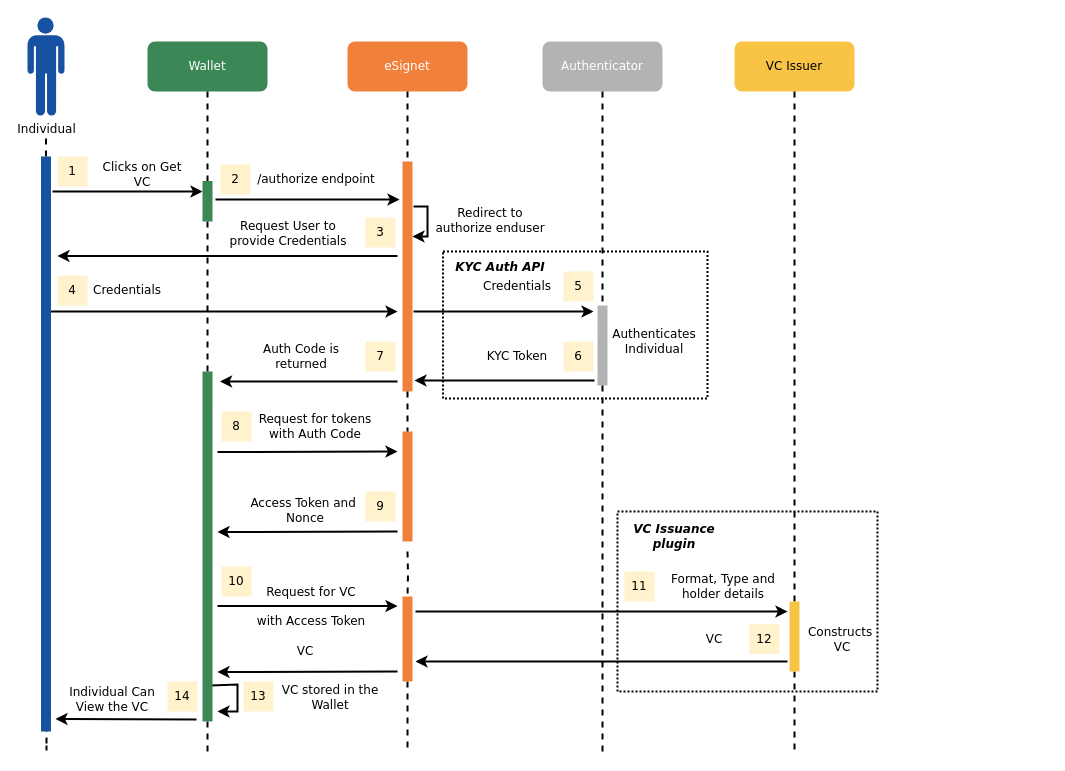
The draw.io diagram page "vc-issuer" (5 of 6) of docs/_files/activity-diagrams.drawio in mosip/documentation, before the edit. Source tidied: cells renumbered, new cells numbered last; positions are measured from the earlier drawing's top-left corner, leaving out a move shared by most shapes. Both pictures are drawn from the tidied source at 100%, with x=0, y=0 at pixel (27, 17).
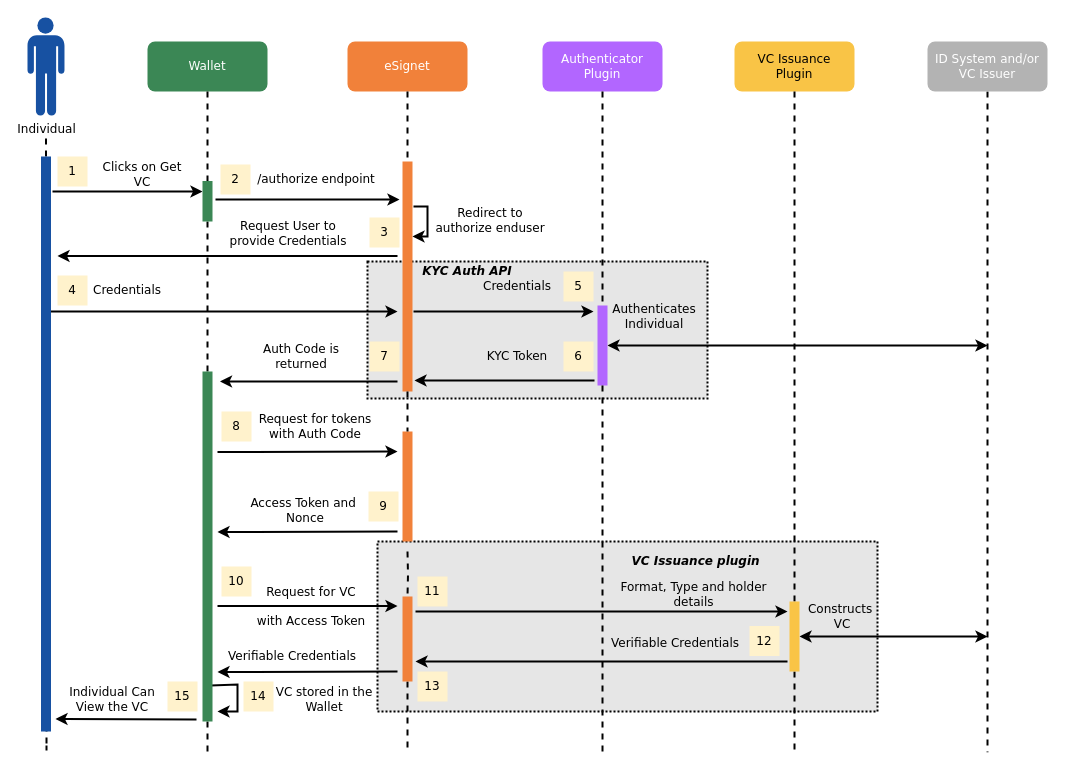
The same page after the edit.

Unchanged cells that the change refers to:
```xml
<mxCell id="48" style="rounded=0;whiteSpace=wrap;html=1;fontFamily=Verdana;fontColor=#FFFFFF;fillColor=#f9c446;strokeColor=none;" parent="1" vertex="1">
  <mxGeometry x="762" y="584" width="10" height="70" as="geometry" />
</mxCell>
```

The edit, as a diff of the source:
```diff
@@
+    <mxCell id="3" style="rounded=0;whiteSpace=wrap;html=1;fontFamily=Verdana;fontColor=#000000;fillColor=#E6E6E6;dashed=1;strokeWidth=2;dashPattern=1 1;" parent="1" vertex="1">
+      <mxGeometry x="340" y="244" width="340" height="137" as="geometry" />
+    </mxCell>
-    <mxCell id="2" style="rounded=0;whiteSpace=wrap;html=1;fontFamily=Verdana;fontColor=#000000;fillColor=none;dashed=1;strokeWidth=2;dashPattern=1 1;" parent="1" vertex="1">
-      <mxGeometry x="590" y="494" width="260" height="180" as="geometry" />
+    <mxCell id="2" style="rounded=0;whiteSpace=wrap;html=1;fontFamily=Verdana;fontColor=#000000;fillColor=#E6E6E6;dashed=1;strokeWidth=2;dashPattern=1 1;" parent="1" vertex="1">
+      <mxGeometry x="350" y="524" width="500" height="170" as="geometry" />
     </mxCell>
-    <mxCell id="3" style="rounded=0;whiteSpace=wrap;html=1;fontFamily=Verdana;fontColor=#000000;fillColor=none;dashed=1;strokeWidth=2;dashPattern=1 1;" parent="1" vertex="1">
-      <mxGeometry x="415.5" y="234" width="264.5" height="147" as="geometry" />
-    </mxCell>
@@
-    <mxCell id="5" value="&lt;font color=&quot;#ffffff&quot;&gt;Authenticator&lt;br&gt;&lt;/font&gt;" style="rounded=1;whiteSpace=wrap;html=1;fillColor=#B3B3B3;strokeColor=none;fontFamily=Verdana;gradientColor=none;" parent="1" vertex="1">
+    <mxCell id="5" value="&lt;font color=&quot;#ffffff&quot;&gt;Authenticator Plugin&lt;br&gt;&lt;/font&gt;" style="rounded=1;whiteSpace=wrap;html=1;fillColor=#B266FF;strokeColor=none;fontFamily=Verdana;gradientColor=none;" parent="1" vertex="1">
       <mxGeometry x="515" y="24" width="120" height="50" as="geometry" />
     </mxCell>
@@
+    <mxCell id="81" style="edgeStyle=orthogonalEdgeStyle;rounded=0;jettySize=auto;html=1;exitX=1;exitY=0.5;exitDx=0;exitDy=0;startArrow=classic;startFill=1;strokeWidth=2;" parent="1" edge="1" source="11">
+      <mxGeometry relative="1" as="geometry">
+        <mxPoint x="960" y="328" as="targetPoint" />
+      </mxGeometry>
+    </mxCell>
-    <mxCell id="11" style="rounded=0;whiteSpace=wrap;html=1;fontFamily=Verdana;fontColor=#FFFFFF;fillColor=#B3B3B3;strokeColor=none;" parent="1" vertex="1">
+    <mxCell id="11" style="rounded=0;whiteSpace=wrap;html=1;fontFamily=Verdana;fontColor=#FFFFFF;fillColor=#B266FF;strokeColor=none;" parent="1" vertex="1">
       <mxGeometry x="570" y="288" width="10" height="80" as="geometry" />
     </mxCell>
@@
     <mxCell id="19" value="&lt;font color=&quot;#000000&quot;&gt;Authenticates Individual&lt;/font&gt;" style="text;html=1;strokeColor=none;fillColor=none;align=center;verticalAlign=middle;whiteSpace=wrap;rounded=0;fontFamily=Verdana;fontColor=#FFFFFF;" parent="1" vertex="1">
-      <mxGeometry x="597" y="309" width="60" height="30" as="geometry" />
+      <mxGeometry x="597" y="284" width="60" height="30" as="geometry" />
     </mxCell>
     <mxCell id="20" value="&lt;i&gt;&lt;b&gt;KYC Auth API&lt;/b&gt;&lt;/i&gt;" style="text;html=1;strokeColor=none;fillColor=none;align=center;verticalAlign=middle;whiteSpace=wrap;rounded=0;dashed=1;strokeWidth=2;fontFamily=Verdana;fontColor=#000000;" parent="1" vertex="1">
-      <mxGeometry x="422.5" y="235" width="100" height="30" as="geometry" />
+      <mxGeometry x="390" y="239" width="100" height="30" as="geometry" />
     </mxCell>
@@
     <mxCell id="27" value="7" style="text;html=1;strokeColor=none;fillColor=#fff2cc;align=center;verticalAlign=middle;whiteSpace=wrap;rounded=0;dashed=1;strokeWidth=2;fontFamily=Verdana;" parent="1" vertex="1">
-      <mxGeometry x="338" y="324" width="30" height="30" as="geometry" />
+      <mxGeometry x="342" y="324" width="30" height="30" as="geometry" />
     </mxCell>
@@
-    <mxCell id="45" value="VC Issuer" style="rounded=1;whiteSpace=wrap;html=1;fillColor=#f9c446;strokeColor=none;fontFamily=Verdana;gradientColor=none;" parent="1" vertex="1">
+    <mxCell id="45" value="VC Issuance &lt;br&gt;Plugin" style="rounded=1;whiteSpace=wrap;html=1;fillColor=#f9c446;strokeColor=none;fontFamily=Verdana;gradientColor=none;" parent="1" vertex="1">
       <mxGeometry x="707" y="24" width="120" height="50" as="geometry" />
     </mxCell>
@@
+    <mxCell id="82" style="edgeStyle=orthogonalEdgeStyle;rounded=0;jettySize=auto;html=1;exitX=1;exitY=0.5;exitDx=0;exitDy=0;startArrow=classic;startFill=1;strokeWidth=2;" parent="1" edge="1" source="48">
+      <mxGeometry relative="1" as="geometry">
+        <mxPoint x="960" y="619" as="targetPoint" />
+      </mxGeometry>
+    </mxCell>
@@
     <mxCell id="54" value="&lt;i&gt;&lt;b&gt;VC Issuance plugin&lt;/b&gt;&lt;/i&gt;" style="text;html=1;strokeColor=none;fillColor=none;align=center;verticalAlign=middle;whiteSpace=wrap;rounded=0;dashed=1;strokeWidth=2;fontFamily=Verdana;fontColor=#000000;" parent="1" vertex="1">
-      <mxGeometry x="593" y="504" width="107.5" height="30" as="geometry" />
+      <mxGeometry x="575" y="529" width="187" height="30" as="geometry" />
     </mxCell>
@@
     <mxCell id="56" value="&lt;font color=&quot;#000000&quot;&gt;Format, Type and holder details&lt;/font&gt;" style="text;html=1;strokeColor=none;fillColor=none;align=center;verticalAlign=middle;whiteSpace=wrap;rounded=0;fontFamily=Verdana;fontColor=#FFFFFF;" parent="1" vertex="1">
-      <mxGeometry x="635" y="554" width="122" height="30" as="geometry" />
+      <mxGeometry x="578" y="562" width="177" height="30" as="geometry" />
     </mxCell>
@@
     <mxCell id="58" value="&lt;font color=&quot;#000000&quot;&gt;Constructs&amp;nbsp;&lt;br&gt;VC&lt;br&gt;&lt;/font&gt;" style="text;html=1;strokeColor=none;fillColor=none;align=center;verticalAlign=middle;whiteSpace=wrap;rounded=0;fontFamily=Verdana;fontColor=#FFFFFF;" parent="1" vertex="1">
-      <mxGeometry x="780" y="606.5" width="70" height="30" as="geometry" />
+      <mxGeometry x="780" y="584" width="70" height="30" as="geometry" />
     </mxCell>
-    <mxCell id="59" value="&lt;font color=&quot;#000000&quot;&gt;VC&lt;br&gt;&lt;/font&gt;" style="text;html=1;strokeColor=none;fillColor=none;align=center;verticalAlign=middle;whiteSpace=wrap;rounded=0;fontFamily=Verdana;fontColor=#FFFFFF;" parent="1" vertex="1">
-      <mxGeometry x="652" y="606.5" width="70" height="30" as="geometry" />
+    <mxCell id="59" value="&lt;font color=&quot;#000000&quot;&gt;Verifiable Credentials&lt;br&gt;&lt;/font&gt;" style="text;html=1;strokeColor=none;fillColor=none;align=center;verticalAlign=middle;whiteSpace=wrap;rounded=0;fontFamily=Verdana;fontColor=#FFFFFF;" parent="1" vertex="1">
+      <mxGeometry x="582" y="611" width="132" height="30" as="geometry" />
     </mxCell>
@@
-    <mxCell id="61" value="&lt;font color=&quot;#000000&quot;&gt;VC&lt;br&gt;&lt;/font&gt;" style="text;html=1;strokeColor=none;fillColor=none;align=center;verticalAlign=middle;whiteSpace=wrap;rounded=0;fontFamily=Verdana;fontColor=#FFFFFF;" parent="1" vertex="1">
-      <mxGeometry x="243" y="619" width="70" height="30" as="geometry" />
+    <mxCell id="61" value="&lt;font color=&quot;#000000&quot;&gt;Verifiable Credentials&lt;br&gt;&lt;/font&gt;" style="text;html=1;strokeColor=none;fillColor=none;align=center;verticalAlign=middle;whiteSpace=wrap;rounded=0;fontFamily=Verdana;fontColor=#FFFFFF;" parent="1" vertex="1">
+      <mxGeometry x="178" y="624" width="174" height="30" as="geometry" />
     </mxCell>
     <mxCell id="62" value="11" style="text;html=1;strokeColor=none;fillColor=#fff2cc;align=center;verticalAlign=middle;whiteSpace=wrap;rounded=0;dashed=1;strokeWidth=2;fontFamily=Verdana;" parent="1" vertex="1">
-      <mxGeometry x="597" y="554" width="30" height="30" as="geometry" />
+      <mxGeometry x="390" y="559" width="30" height="30" as="geometry" />
     </mxCell>
@@
     <mxCell id="64" value="&lt;font color=&quot;#000000&quot;&gt;VC stored in the Wallet&lt;/font&gt;" style="text;html=1;strokeColor=none;fillColor=none;align=center;verticalAlign=middle;whiteSpace=wrap;rounded=0;fontFamily=Verdana;fontColor=#FFFFFF;" parent="1" vertex="1">
-      <mxGeometry x="238" y="665" width="130" height="30" as="geometry" />
+      <mxGeometry x="242" y="667" width="110" height="30" as="geometry" />
     </mxCell>
-    <mxCell id="65" value="13" style="text;html=1;strokeColor=none;fillColor=#fff2cc;align=center;verticalAlign=middle;whiteSpace=wrap;rounded=0;dashed=1;strokeWidth=2;fontFamily=Verdana;" parent="1" vertex="1">
+    <mxCell id="65" value="14" style="text;html=1;strokeColor=none;fillColor=#fff2cc;align=center;verticalAlign=middle;whiteSpace=wrap;rounded=0;dashed=1;strokeWidth=2;fontFamily=Verdana;" parent="1" vertex="1">
       <mxGeometry x="216" y="664" width="30" height="30" as="geometry" />
     </mxCell>
@@
     <mxCell id="67" value="9" style="text;html=1;strokeColor=none;fillColor=#fff2cc;align=center;verticalAlign=middle;whiteSpace=wrap;rounded=0;dashed=1;strokeWidth=2;fontFamily=Verdana;" parent="1" vertex="1">
-      <mxGeometry x="338" y="474" width="30" height="30" as="geometry" />
+      <mxGeometry x="341" y="474" width="30" height="30" as="geometry" />
     </mxCell>
     <mxCell id="68" value="12" style="text;html=1;strokeColor=none;fillColor=#fff2cc;align=center;verticalAlign=middle;whiteSpace=wrap;rounded=0;dashed=1;strokeWidth=2;fontFamily=Verdana;" parent="1" vertex="1">
-      <mxGeometry x="722" y="606.5" width="30" height="30" as="geometry" />
+      <mxGeometry x="722" y="608.5" width="30" height="30" as="geometry" />
     </mxCell>
@@
     <mxCell id="73" value="3" style="text;html=1;strokeColor=none;fillColor=#fff2cc;align=center;verticalAlign=middle;whiteSpace=wrap;rounded=0;dashed=1;strokeWidth=2;fontFamily=Verdana;" parent="1" vertex="1">
-      <mxGeometry x="338" y="200" width="30" height="30" as="geometry" />
+      <mxGeometry x="342" y="200" width="30" height="30" as="geometry" />
     </mxCell>
@@
-    <mxCell id="80" value="14" style="text;html=1;strokeColor=none;fillColor=#fff2cc;align=center;verticalAlign=middle;whiteSpace=wrap;rounded=0;dashed=1;strokeWidth=2;fontFamily=Verdana;" parent="1" vertex="1">
+    <mxCell id="80" value="15" style="text;html=1;strokeColor=none;fillColor=#fff2cc;align=center;verticalAlign=middle;whiteSpace=wrap;rounded=0;dashed=1;strokeWidth=2;fontFamily=Verdana;" parent="1" vertex="1">
       <mxGeometry x="140" y="664" width="30" height="30" as="geometry" />
     </mxCell>
+    <mxCell id="83" style="edgeStyle=orthogonalEdgeStyle;rounded=0;jettySize=auto;html=1;dashed=1;strokeWidth=2;endArrow=none;endFill=0;" parent="1" edge="1" source="84">
+      <mxGeometry relative="1" as="geometry">
+        <mxPoint x="960" y="734.7" as="targetPoint" />
+      </mxGeometry>
+    </mxCell>
+    <mxCell id="84" value="&lt;font color=&quot;#ffffff&quot;&gt;ID System and/or &lt;br&gt;VC Issuer&lt;/font&gt;" style="rounded=1;whiteSpace=wrap;html=1;fillColor=#b3b3b3;strokeColor=none;fontFamily=Verdana;gradientColor=none;" parent="1" vertex="1">
+      <mxGeometry x="900" y="24" width="120" height="50" as="geometry" />
+    </mxCell>
+    <mxCell id="85" value="13" style="text;html=1;strokeColor=none;fillColor=#fff2cc;align=center;verticalAlign=middle;whiteSpace=wrap;rounded=0;dashed=1;strokeWidth=2;fontFamily=Verdana;" parent="1" vertex="1">
+      <mxGeometry x="390" y="654" width="30" height="30" as="geometry" />
+    </mxCell>
```
